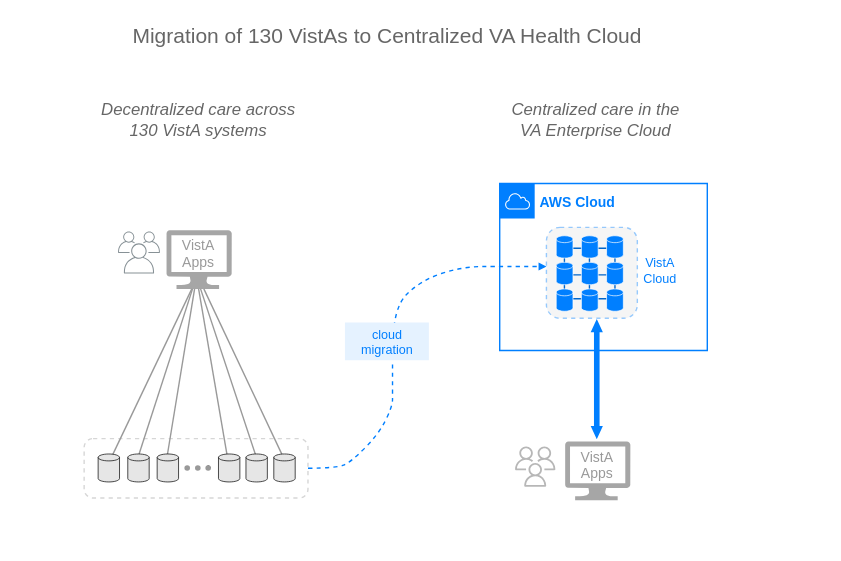
Before: img/vista-to-vaec-5.svg, a diagram exported from draw.io (cloudvista/vaa). Source tidied: cells renumbered, new cells last; positions are measured from the earlier drawing's top-left corner, leaving out a move shared by most shapes.
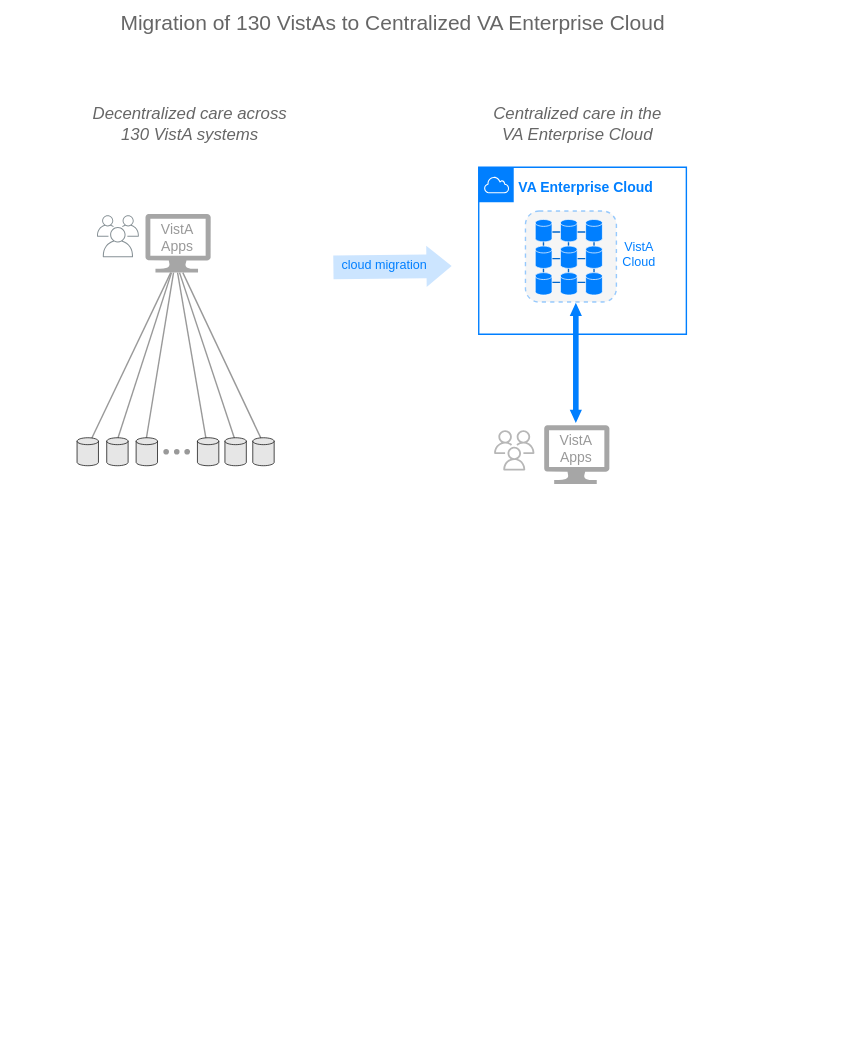
After the commit.

Diff of the diagram source:
```diff
@@ -2,8 +2,19 @@
   <root>
     <mxCell id="0" />
     <mxCell id="1" parent="0" />
+    <mxCell id="56" style="shape=flexArrow;endArrow=classic;shadow=0;sketch=0;width=17;endSize=5.833333333333333;endWidth=12;strokeWidth=0.5;strokeColor=none;fillColor=#007FFF;opacity=20;fontColor=none;noLabel=1;labelBackgroundColor=none;" parent="1" edge="1">
+      <mxGeometry relative="1" as="geometry">
+        <mxPoint x="252.5" y="202.3" as="sourcePoint" />
+        <mxPoint x="337.5" y="201.3" as="targetPoint" />
+      </mxGeometry>
+    </mxCell>
+    <mxCell id="54" value="cloud migration" style="edgeLabel;html=1;align=center;verticalAlign=middle;fontSize=9;fontColor=#007FFF;labelBackgroundColor=none;" parent="56" vertex="1">
+      <mxGeometry x="-0.45" y="2" relative="1" as="geometry">
+        <mxPoint x="13" y="1" as="offset" />
+      </mxGeometry>
+    </mxCell>
     <mxCell id="2" style="rounded=0;whiteSpace=wrap;html=1;fontColor=#0066CC;strokeColor=none;" parent="1" vertex="1">
-      <mxGeometry width="600" height="400" as="geometry" />
+      <mxGeometry x="15" y="370" width="600" height="400" as="geometry" />
     </mxCell>
     <mxCell id="3" style="sketch=0;shadow=0;dashed=0;html=1;strokeColor=none;labelPosition=center;verticalLabelPosition=bottom;verticalAlign=top;align=center;fillColor=#808080;shape=mxgraph.azure.computer;strokeWidth=2;opacity=70;" parent="1" vertex="1">
       <mxGeometry x="118.4" y="164" width="46.7" height="42" as="geometry" />
@@ -38,8 +49,8 @@
         <mxPoint x="142.8" y="206" as="targetPoint" />
       </mxGeometry>
     </mxCell>
-    <mxCell id="10" value="&lt;font size=&quot;1&quot; color=&quot;#666666&quot; style=&quot;&quot;&gt;&lt;span style=&quot;font-weight: normal; font-size: 15px;&quot;&gt;Migration of 130 VistAs to Centralized VA Health Cloud&lt;/span&gt;&lt;/font&gt;" style="text;html=1;align=center;verticalAlign=middle;strokeColor=none;fillColor=none;fontStyle=1;" parent="1" vertex="1">
-      <mxGeometry x="81" y="10" width="390" height="30" as="geometry" />
+    <mxCell id="10" value="&lt;font size=&quot;1&quot; color=&quot;#666666&quot; style=&quot;&quot;&gt;&lt;span style=&quot;font-weight: normal; font-size: 15px;&quot;&gt;Migration of 130 VistAs to Centralized VA Enterprise Cloud&lt;/span&gt;&lt;/font&gt;" style="text;html=1;align=center;verticalAlign=middle;strokeColor=none;fillColor=none;fontStyle=1;" parent="1" vertex="1">
+      <mxGeometry x="90" y="12" width="410" height="30" as="geometry" />
     </mxCell>
     <mxCell id="11" style="sketch=0;shadow=0;dashed=0;html=1;strokeColor=none;labelPosition=center;verticalLabelPosition=bottom;verticalAlign=top;align=center;fillColor=#808080;shape=mxgraph.azure.computer;strokeWidth=2;opacity=70;" parent="1" vertex="1">
       <mxGeometry x="403.3" y="315" width="46.7" height="42" as="geometry" />
@@ -51,7 +62,7 @@
       <mxGeometry x="401" y="312" width="50" height="40" as="geometry" />
     </mxCell>
     <mxCell id="14" value="Decentralized care across &lt;br&gt;130 VistA systems" style="text;html=1;align=center;verticalAlign=middle;strokeColor=none;fillColor=none;fontStyle=2;fontColor=#666666;" parent="1" vertex="1">
-      <mxGeometry x="60.7" y="65" width="160" height="40" as="geometry" />
+      <mxGeometry x="69.6" y="80" width="160" height="40" as="geometry" />
     </mxCell>
     <mxCell id="15" style="shape=flexArrow;endArrow=classic;startArrow=classic;html=1;endWidth=3.7288135593220337;endSize=2.8084745762711862;startWidth=3.7288135593220337;startSize=2.8084745762711862;width=4;fillColor=#007FFF;strokeColor=none;" parent="1" edge="1">
       <mxGeometry relative="1" as="geometry">
@@ -68,8 +79,8 @@
     <mxCell id="18" style="gradientColor=none;html=1;whiteSpace=wrap;fontSize=12;fontStyle=0;shape=mxgraph.aws4.group;grIcon=mxgraph.aws4.group_aws_cloud;strokeColor=#007FFF;fillColor=none;verticalAlign=top;align=left;spacingLeft=30;fontColor=#232F3E;dashed=0;" parent="1" vertex="1">
       <mxGeometry x="356.6" y="130.7" width="148.4" height="119.3" as="geometry" />
     </mxCell>
-    <mxCell id="19" value="&lt;font color=&quot;#007fff&quot; style=&quot;font-size: 10px;&quot;&gt;&lt;b style=&quot;font-size: 10px;&quot;&gt;AWS Cloud&lt;/b&gt;&lt;/font&gt;" style="text;html=1;align=center;verticalAlign=middle;strokeColor=none;fillColor=none;fontColor=#0066CC;labelBackgroundColor=default;fontSize=10;" parent="18" vertex="1">
-      <mxGeometry x="15.4" y="-2" width="80" height="30" as="geometry" />
+    <mxCell id="19" value="&lt;font color=&quot;#007fff&quot; style=&quot;font-size: 10px;&quot;&gt;&lt;b style=&quot;font-size: 10px;&quot;&gt;VA Enterprise Cloud&lt;/b&gt;&lt;/font&gt;" style="text;html=1;align=center;verticalAlign=middle;strokeColor=none;fillColor=none;fontColor=#0066CC;labelBackgroundColor=default;fontSize=10;" parent="18" vertex="1">
+      <mxGeometry x="16.2" y="-1" width="120" height="30" as="geometry" />
     </mxCell>
     <mxCell id="20" style="group;" parent="18" vertex="1">
       <mxGeometry x="40.4" y="37.3" width="60" height="60" as="geometry" />
@@ -176,39 +187,8 @@
     <mxCell id="48" style="shape=cylinder3;whiteSpace=wrap;html=1;boundedLbl=1;backgroundOutline=1;size=2.4705882352940876;strokeColor=#000000;strokeWidth=0.5;fillColor=#E6E6E6;gradientColor=none;" parent="38" vertex="1">
       <mxGeometry x="125.6" width="15.3" height="20" as="geometry" />
     </mxCell>
-    <mxCell id="49" style="rounded=1;whiteSpace=wrap;html=1;strokeColor=#999999;fontColor=#999999;fillColor=none;opacity=40;dashed=1;" parent="38" vertex="1">
-      <mxGeometry x="-10" y="-11" width="160" height="42.5" as="geometry" />
-    </mxCell>
-    <mxCell id="50" style="curved=1;endArrow=block;html=1;endFill=1;strokeWidth=1;endSize=3;startSize=3;strokeColor=#007FFF;exitX=1;exitY=0.5;exitDx=0;exitDy=0;dashed=1;" parent="1" edge="1" source="49">
-      <mxGeometry relative="1" as="geometry">
-        <mxPoint x="390" y="190" as="targetPoint" />
-        <Array as="points">
-          <mxPoint x="240" y="334" />
-          <mxPoint x="250" y="330" />
-          <mxPoint x="270" y="310" />
-          <mxPoint x="280" y="290" />
-          <mxPoint x="280" y="280" />
-          <mxPoint x="280" y="220" />
-          <mxPoint x="300" y="200" />
-          <mxPoint x="330" y="190" />
-          <mxPoint x="360" y="190" />
-        </Array>
-      </mxGeometry>
-    </mxCell>
-    <mxCell id="51" style="group;" parent="1" vertex="1">
-      <mxGeometry x="246" y="230" width="60" height="33.5" as="geometry" />
-    </mxCell>
-    <mxCell id="52" style="rounded=0;whiteSpace=wrap;html=1;strokeColor=none;" parent="51" vertex="1">
-      <mxGeometry width="60" height="27" as="geometry" />
-    </mxCell>
-    <mxCell id="53" style="rounded=0;whiteSpace=wrap;html=1;strokeColor=none;fillColor=#007FFF;opacity=10;" parent="51" vertex="1">
-      <mxGeometry width="60" height="27" as="geometry" />
-    </mxCell>
-    <mxCell id="54" value="cloud&lt;br&gt;migration" style="text;html=1;align=center;verticalAlign=middle;strokeColor=none;fillColor=none;fontColor=#007FFF;fontSize=9;" parent="51" vertex="1">
-      <mxGeometry y="-6.5" width="60" height="40" as="geometry" />
-    </mxCell>
     <mxCell id="55" value="Centralized care in the&lt;br&gt;VA Enterprise Cloud" style="text;html=1;align=center;verticalAlign=middle;strokeColor=none;fillColor=none;fontStyle=2;fontColor=#666666;" parent="1" vertex="1">
-      <mxGeometry x="355" y="65" width="140" height="40" as="geometry" />
+      <mxGeometry x="356.7" y="80" width="140" height="40" as="geometry" />
     </mxCell>
   </root>
 </mxGraphModel>
```
